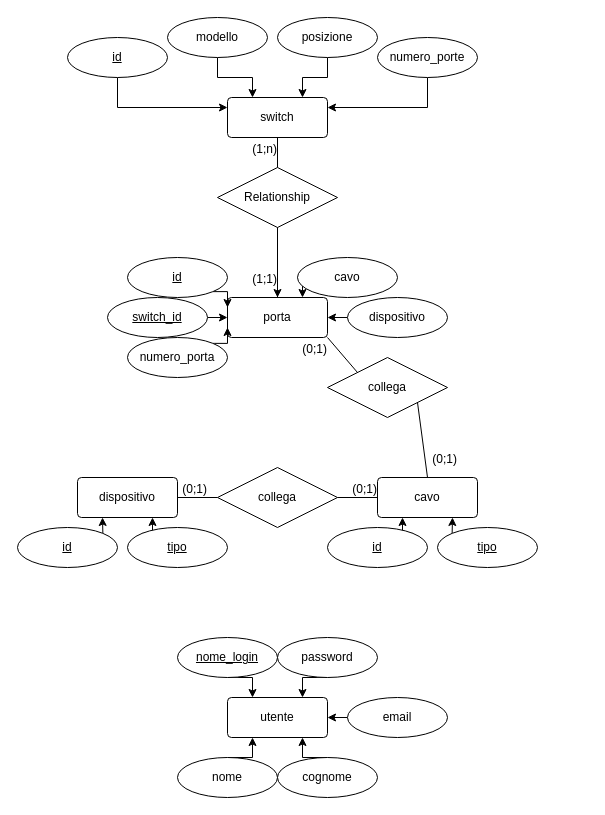
This is Documenti/Diagramma ER_CatalogoConnessionRete.drawio from MarkovicVeljko/CatalogoConnessioneRete, a draw.io file, before an edit. Source tidied: cells renumbered, new cells numbered last; positions are measured from the earlier drawing's top-left corner, leaving out a move shared by most shapes. Both pictures are drawn from the tidied source at 100%, with x=0, y=0 at pixel (17, 17).
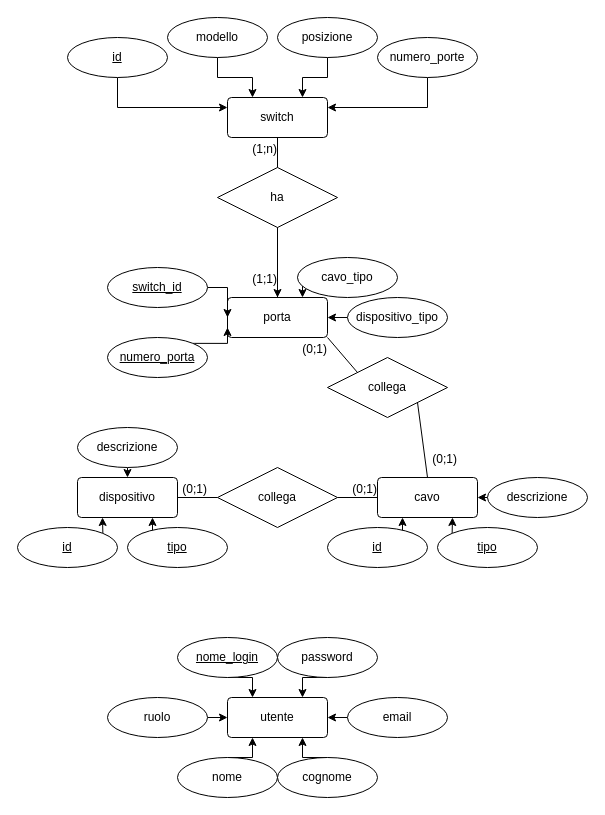
After the change.

Commit message (it also covers changes not shown here):
commit di fine lezione

Unchanged cells that the change refers to:
```xml
<mxCell id="9" value="dispositivo" style="rounded=1;arcSize=10;whiteSpace=wrap;html=1;align=center;" parent="1" vertex="1">
  <mxGeometry x="60" y="460" width="100" height="40" as="geometry" />
</mxCell>
<mxCell id="10" value="cavo" style="rounded=1;arcSize=10;whiteSpace=wrap;html=1;align=center;" parent="1" vertex="1">
  <mxGeometry x="360" y="460" width="100" height="40" as="geometry" />
</mxCell>
<mxCell id="21" value="porta" style="rounded=1;arcSize=10;whiteSpace=wrap;html=1;align=center;" parent="1" vertex="1">
  <mxGeometry x="210" y="280" width="100" height="40" as="geometry" />
</mxCell>
<mxCell id="44" value="utente" style="rounded=1;arcSize=10;whiteSpace=wrap;html=1;align=center;" parent="1" vertex="1">
  <mxGeometry x="210" y="680" width="100" height="40" as="geometry" />
</mxCell>
```

Change to the diagram source:
```diff
@@
-    <mxCell id="33" value="Relationship" style="shape=rhombus;perimeter=rhombusPerimeter;whiteSpace=wrap;html=1;align=center;" parent="1" vertex="1">
+    <mxCell id="33" value="ha" style="shape=rhombus;perimeter=rhombusPerimeter;whiteSpace=wrap;html=1;align=center;" parent="1" vertex="1">
       <mxGeometry x="200" y="150" width="120" height="60" as="geometry" />
     </mxCell>
@@
     <mxCell id="39" value="switch_id" style="ellipse;whiteSpace=wrap;html=1;align=center;fontStyle=4;" parent="1" vertex="1">
-      <mxGeometry x="90" y="280" width="100" height="40" as="geometry" />
+      <mxGeometry x="90" y="250" width="100" height="40" as="geometry" />
     </mxCell>
-    <mxCell id="40" style="edgeStyle=orthogonalEdgeStyle;rounded=0;jettySize=auto;html=1;exitX=1;exitY=1;exitDx=0;exitDy=0;entryX=0;entryY=0.25;entryDx=0;entryDy=0;" parent="1" edge="1" source="41" target="21">
-      <mxGeometry relative="1" as="geometry" />
-    </mxCell>
-    <mxCell id="41" value="id" style="ellipse;whiteSpace=wrap;html=1;align=center;fontStyle=4;" parent="1" vertex="1">
-      <mxGeometry x="110" y="240" width="100" height="40" as="geometry" />
-    </mxCell>
@@
-    <mxCell id="43" value="numero_porta" style="ellipse;whiteSpace=wrap;html=1;align=center;" parent="1" vertex="1">
-      <mxGeometry x="110" y="320" width="100" height="40" as="geometry" />
+    <mxCell id="43" value="&lt;u&gt;numero_porta&lt;/u&gt;" style="ellipse;whiteSpace=wrap;html=1;align=center;" parent="1" vertex="1">
+      <mxGeometry x="90" y="320" width="100" height="40" as="geometry" />
     </mxCell>
@@
-    <mxCell id="56" value="dispositivo" style="ellipse;whiteSpace=wrap;html=1;align=center;" parent="1" vertex="1">
+    <mxCell id="56" value="dispositivo_tipo" style="ellipse;whiteSpace=wrap;html=1;align=center;" parent="1" vertex="1">
       <mxGeometry x="330" y="280" width="100" height="40" as="geometry" />
     </mxCell>
@@
-    <mxCell id="58" value="cavo" style="ellipse;whiteSpace=wrap;html=1;align=center;" parent="1" vertex="1">
+    <mxCell id="58" value="cavo_tipo" style="ellipse;whiteSpace=wrap;html=1;align=center;" parent="1" vertex="1">
       <mxGeometry x="280" y="240" width="100" height="40" as="geometry" />
     </mxCell>
+    <mxCell id="59" style="edgeStyle=orthogonalEdgeStyle;rounded=0;jettySize=auto;html=1;exitX=0.5;exitY=1;exitDx=0;exitDy=0;entryX=0.5;entryY=0;entryDx=0;entryDy=0;" parent="1" edge="1" source="60" target="9">
+      <mxGeometry relative="1" as="geometry" />
+    </mxCell>
+    <mxCell id="60" value="descrizione" style="ellipse;whiteSpace=wrap;html=1;align=center;" parent="1" vertex="1">
+      <mxGeometry x="60" y="410" width="100" height="40" as="geometry" />
+    </mxCell>
+    <mxCell id="61" style="edgeStyle=orthogonalEdgeStyle;rounded=0;jettySize=auto;html=1;exitX=0;exitY=0.5;exitDx=0;exitDy=0;entryX=1;entryY=0.5;entryDx=0;entryDy=0;" parent="1" edge="1" source="62" target="10">
+      <mxGeometry relative="1" as="geometry" />
+    </mxCell>
+    <mxCell id="62" value="descrizione" style="ellipse;whiteSpace=wrap;html=1;align=center;" parent="1" vertex="1">
+      <mxGeometry x="470" y="460" width="100" height="40" as="geometry" />
+    </mxCell>
+    <mxCell id="63" style="edgeStyle=orthogonalEdgeStyle;rounded=0;jettySize=auto;html=1;exitX=1;exitY=0.5;exitDx=0;exitDy=0;entryX=0;entryY=0.5;entryDx=0;entryDy=0;" parent="1" edge="1" source="64" target="44">
+      <mxGeometry relative="1" as="geometry" />
+    </mxCell>
+    <mxCell id="64" value="ruolo" style="ellipse;whiteSpace=wrap;html=1;align=center;" parent="1" vertex="1">
+      <mxGeometry x="90" y="680" width="100" height="40" as="geometry" />
+    </mxCell>
```
